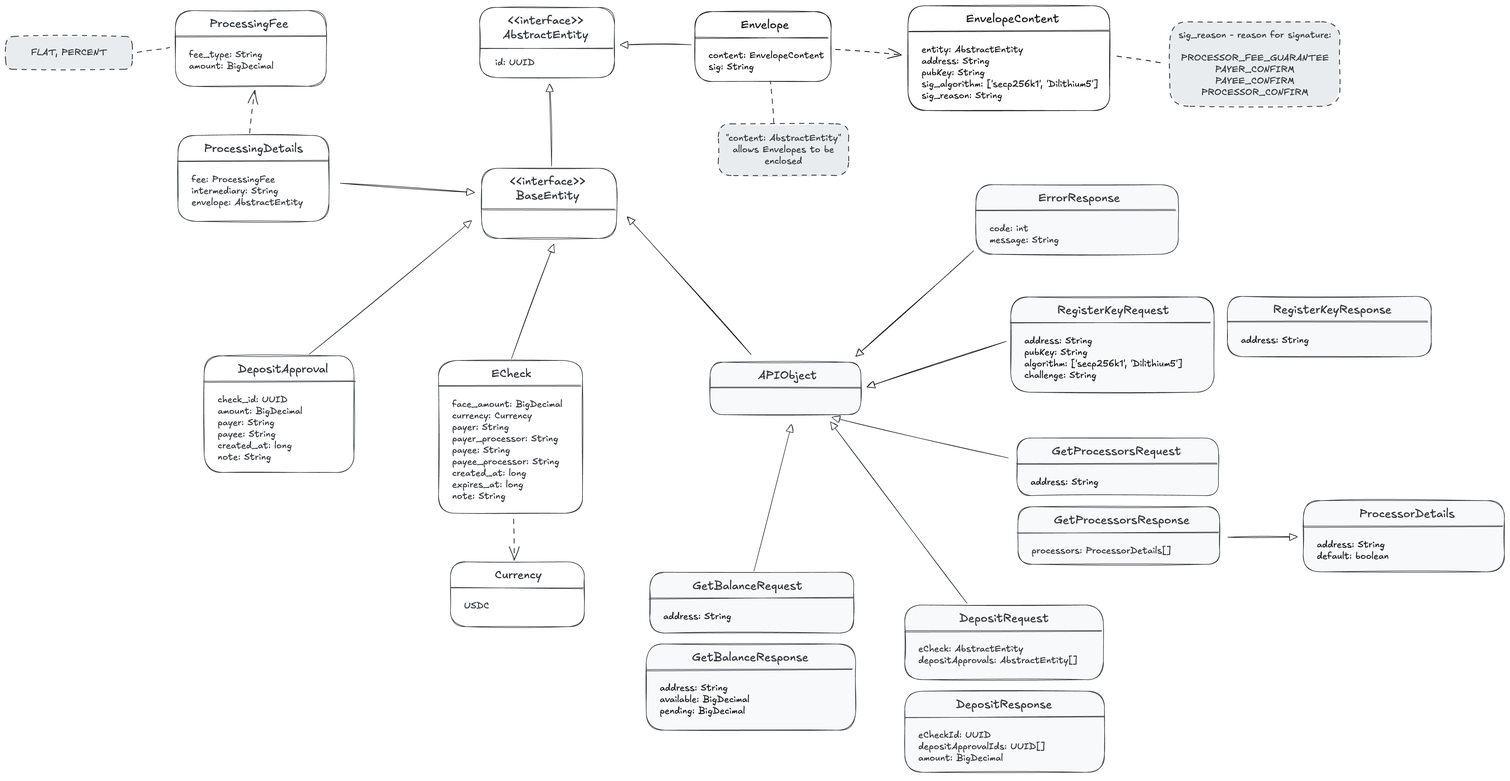
Above: etc/Libralink_Protocol_Simplified_2.png in libralinknetwork/libralink-protocol (Excalidraw), before the change. Source tidied: one line per element, renumbered; positions are measured from the earlier drawing's top-left corner, leaving out a move shared by most shapes.
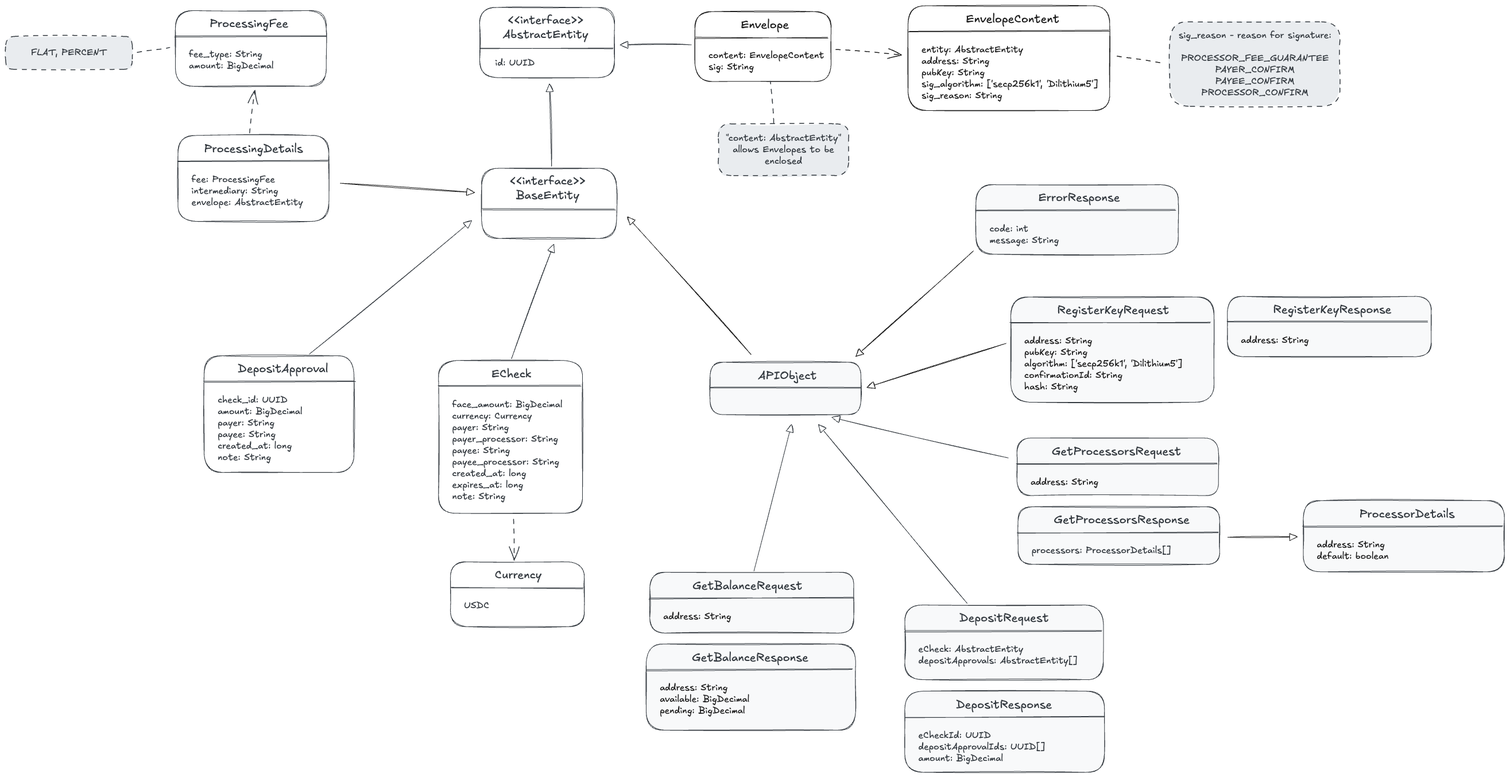
The same diagram one commit later.

The edit, as a diff of the source:
```diff
@@ -51,17 +51,17 @@
 {"id": 50, "type": "line", "strokeColor": "#343a40", "backgroundColor": "#f8f9fa", "fillStyle": "solid", "strokeWidth": 1, "roughness": 1, "round": true, "x": 1566, "y": 1089, "width": 343, "height": 0, "points": [[0, 0], [343, 0]]}
 {"id": 51, "type": "text", "text": "DepositRequest", "strokeColor": "#343a40", "backgroundColor": "#f8f9fa", "fillStyle": "solid", "strokeWidth": 1, "roughness": 1, "fontSize": 20, "fontFamily": 5, "textAlign": "right", "x": 1661, "y": 1055, "width": 156, "height": 25}
 {"id": 52, "type": "text", "text": "eCheck: AbstractEntity\ndepositApprovals: AbstractEntity[]", "strokeColor": "#343a40", "backgroundColor": "#f8f9fa", "fillStyle": "solid", "strokeWidth": 1, "roughness": 1, "fontSize": 16, "fontFamily": 5, "x": 1590, "y": 1110, "width": 277, "height": 40}
-{"id": 53, "type": "arrow", "strokeColor": "#343a40", "backgroundColor": "#f8f9fa", "fillStyle": "solid", "strokeWidth": 1, "roughness": 1, "endArrowhead": "triangle_outline", "from": 51, "to": 64, "x": 1675, "y": 1041, "width": 238, "height": 316, "points": [[0, 0], [-238, -316]]}
+{"id": 53, "type": "arrow", "strokeColor": "#343a40", "backgroundColor": "#f8f9fa", "fillStyle": "solid", "strokeWidth": 1, "roughness": 1, "endArrowhead": "triangle_outline", "from": 51, "to": 64, "x": 1675, "y": 1041, "width": 259, "height": 312, "points": [[0, 0], [-259, -312]]}
 {"id": 54, "type": "rectangle", "strokeColor": "#343a40", "backgroundColor": "#f8f9fa", "fillStyle": "solid", "strokeWidth": 1, "roughness": 1, "round": true, "x": 1761, "y": 753, "width": 351, "height": 100}
 {"id": 55, "type": "line", "strokeColor": "#343a40", "backgroundColor": "#f8f9fa", "fillStyle": "solid", "strokeWidth": 1, "roughness": 1, "round": true, "x": 1761, "y": 798, "width": 348, "height": 1, "points": [[0, 0], [348, -1]]}
 {"id": 56, "type": "text", "text": "GetProcessorsRequest", "strokeColor": "#343a40", "backgroundColor": "#f8f9fa", "fillStyle": "solid", "strokeWidth": 1, "roughness": 1, "fontSize": 20, "fontFamily": 5, "textAlign": "right", "x": 1822, "y": 764, "width": 225, "height": 25}
 {"id": 57, "type": "text", "text": "address: String", "strokeColor": "#1e1e1e", "backgroundColor": "#f8f9fa", "fillStyle": "solid", "strokeWidth": 1, "roughness": 1, "fontSize": 16, "fontFamily": 5, "x": 1785, "y": 820, "width": 118, "height": 20}
 {"id": 58, "type": "arrow", "strokeColor": "#343a40", "backgroundColor": "#f8f9fa", "fillStyle": "solid", "strokeWidth": 1, "roughness": 1, "endArrowhead": "triangle_outline", "from": 54, "to": 64, "x": 1746, "y": 787, "width": 307, "height": 71, "points": [[0, 0], [-307, -71]]}
-{"id": 59, "type": "rectangle", "strokeColor": "#343a40", "backgroundColor": "#f8f9fa", "fillStyle": "solid", "strokeWidth": 1, "roughness": 1, "round": true, "x": 1750, "y": 507, "width": 354, "height": 166}
+{"id": 59, "type": "rectangle", "strokeColor": "#343a40", "backgroundColor": "#f8f9fa", "fillStyle": "solid", "strokeWidth": 1, "roughness": 1, "round": true, "x": 1750, "y": 507, "width": 354, "height": 183}
 {"id": 60, "type": "line", "strokeColor": "#343a40", "backgroundColor": "#f8f9fa", "fillStyle": "solid", "strokeWidth": 1, "roughness": 1, "round": true, "x": 1750, "y": 552, "width": 348, "height": 1, "points": [[0, 0], [348, -1]]}
 {"id": 61, "type": "text", "text": "RegisterKeyRequest", "strokeColor": "#343a40", "backgroundColor": "#f8f9fa", "fillStyle": "solid", "strokeWidth": 1, "roughness": 1, "fontSize": 20, "fontFamily": 5, "textAlign": "right", "x": 1831, "y": 518, "width": 195, "height": 25}
-{"id": 62, "type": "text", "text": "address: String\npubKey: String\nalgorithm: ['secp256k1', 'Dilithium5']\nchallenge: String", "strokeColor": "#1e1e1e", "backgroundColor": "#f8f9fa", "fillStyle": "solid", "strokeWidth": 1, "roughness": 1, "fontSize": 16, "fontFamily": 5, "x": 1774, "y": 574, "width": 275, "height": 80}
+{"id": 62, "type": "text", "text": "address: String\npubKey: String\nalgorithm: ['secp256k1', 'Dilithium5']\nconfirmationId: String\nhash: String", "strokeColor": "#1e1e1e", "backgroundColor": "#f8f9fa", "fillStyle": "solid", "strokeWidth": 1, "roughness": 1, "fontSize": 16, "fontFamily": 5, "x": 1774, "y": 574, "width": 275, "height": 100}
-{"id": 63, "type": "arrow", "strokeColor": "#1e1e1e", "backgroundColor": "#f8f9fa", "fillStyle": "solid", "strokeWidth": 1, "roughness": 1, "endArrowhead": "triangle_outline", "from": 59, "to": 64, "x": 1743, "y": 584, "width": 243, "height": 80, "points": [[0, 0], [-243, 80]]}
+{"id": 63, "type": "arrow", "strokeColor": "#1e1e1e", "backgroundColor": "#f8f9fa", "fillStyle": "solid", "strokeWidth": 1, "roughness": 1, "endArrowhead": "triangle_outline", "from": 59, "to": 64, "x": 1743, "y": 588, "width": 243, "height": 77, "points": [[0, 0], [-243, 77]]}
 {"id": 64, "type": "rectangle", "strokeColor": "#343a40", "backgroundColor": "#f8f9fa", "fillStyle": "solid", "strokeWidth": 1, "roughness": 1, "round": true, "x": 1227, "y": 621, "width": 263, "height": 91}
 {"id": 65, "type": "line", "strokeColor": "#343a40", "backgroundColor": "#f8f9fa", "fillStyle": "solid", "strokeWidth": 1, "roughness": 1, "round": true, "x": 1227, "y": 666, "width": 263, "height": 1, "points": [[0, 0], [263, -1]]}
 {"id": 66, "type": "text", "text": "APIObject", "strokeColor": "#343a40", "backgroundColor": "#f8f9fa", "fillStyle": "solid", "strokeWidth": 1, "roughness": 1, "fontSize": 20, "fontFamily": 5, "textAlign": "right", "x": 1310, "y": 632, "width": 102, "height": 25}
```
